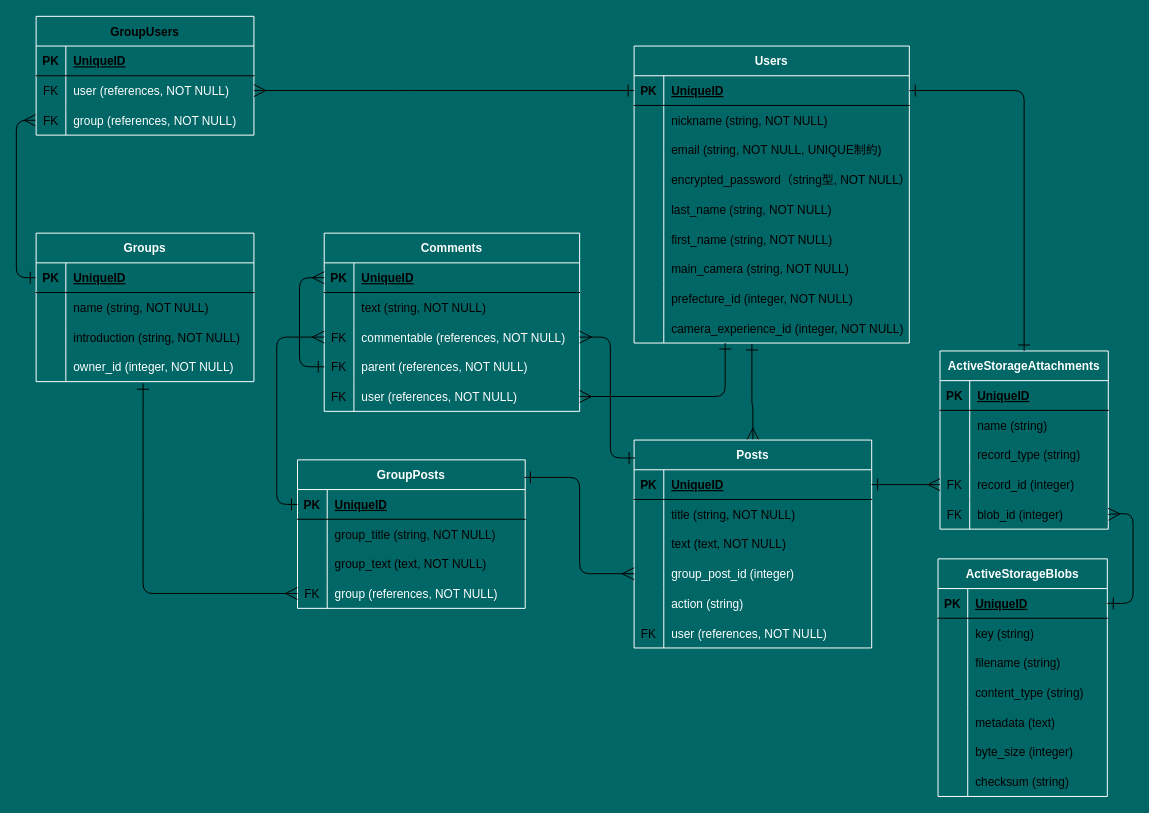
Above: er.dio in yassboss/photo-room (draw.io), before the change. Source tidied: cells renumbered, new cells numbered last; positions are measured from the earlier drawing's top-left corner, leaving out a move shared by most shapes. Both pictures are drawn from the tidied source at 99%, with x=0, y=0 at pixel (16, 16).
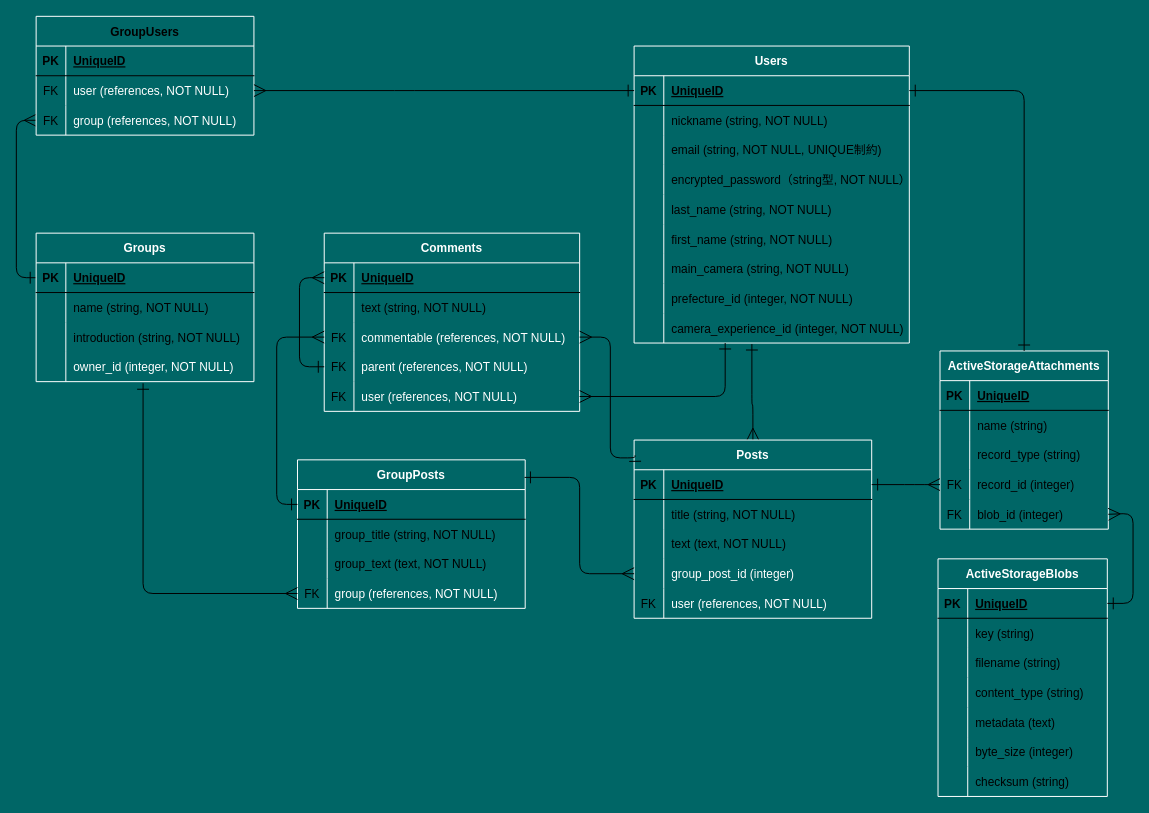
The same diagram, later.

Diff of the diagram source:
```diff
@@
     <mxCell id="85" value="Posts" style="shape=table;startSize=30;childLayout=tableLayout;rowLines=0;fontStyle=1;align=center;fillColor=none;fontColor=#ffffff;strokeColor=#FFFFFF;" parent="1" vertex="1">
-      <mxGeometry x="624" y="428" width="240" height="210" as="geometry" />
+      <mxGeometry x="624" y="428" width="240" height="180" as="geometry" />
     </mxCell>
@@
-    <mxCell id="98" style="shape=partialRectangle;fillColor=none;top=0;left=0;bottom=0;right=0;" parent="85" vertex="1">
-      <mxGeometry y="150" width="240" height="30" as="geometry" />
-    </mxCell>
-    <mxCell id="99" style="shape=partialRectangle;fillColor=none;top=0;left=0;bottom=0;right=0;overflow=hidden;" parent="98" vertex="1">
-      <mxGeometry width="30" height="30" as="geometry" />
-    </mxCell>
-    <mxCell id="100" value="action (string) " style="shape=partialRectangle;fillColor=none;top=0;left=0;bottom=0;right=0;align=left;spacingLeft=6;overflow=hidden;fontColor=#ffffff;strokeColor=#3700CC;" parent="98" vertex="1">
-      <mxGeometry x="30" width="210" height="30" as="geometry" />
-    </mxCell>
     <mxCell id="101" style="shape=partialRectangle;fillColor=none;top=0;left=0;bottom=0;right=0;" parent="85" vertex="1">
-      <mxGeometry y="180" width="240" height="30" as="geometry" />
+      <mxGeometry y="150" width="240" height="30" as="geometry" />
     </mxCell>
```
